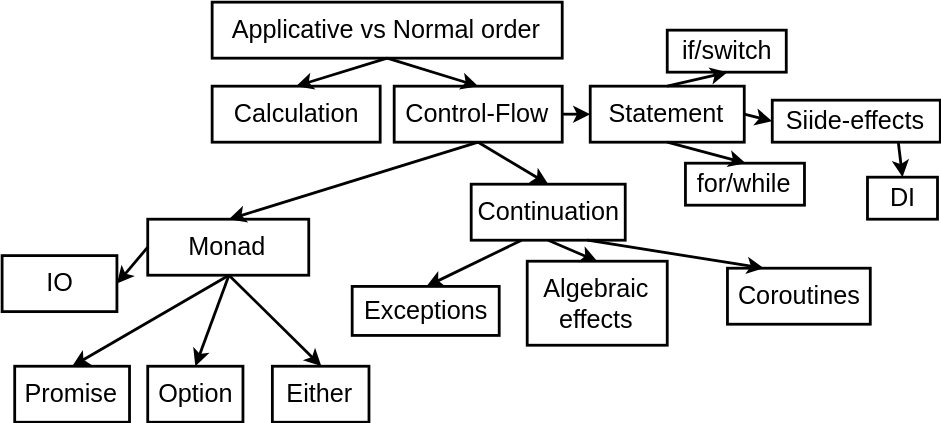
typeetfunc/drafts keeps this draw.io diagram as effects/img/origins.svg. Above is the earlier version. Source tidied: cells renumbered, new cells last; positions are measured from the earlier drawing's top-left corner, leaving out a move shared by most shapes. Source of this version:
```xml
<mxGraphModel background="#ffffff">
  <root>
    <mxCell id="0" />
    <mxCell id="1" parent="0" />
    <mxCell id="2" value="Applicative vs Normal order" style="rounded=0;whiteSpace=wrap;html=1;strokeWidth=2;fillColor=none;fontSize=18;fontColor=#000000;" parent="1" vertex="1">
      <mxGeometry x="150" width="250" height="40" as="geometry" />
    </mxCell>
    <mxCell id="3" value="Calculation" style="rounded=0;whiteSpace=wrap;html=1;strokeWidth=2;fillColor=none;fontSize=18;fontColor=#000000;" parent="1" vertex="1">
      <mxGeometry x="150" y="60" width="120" height="40" as="geometry" />
    </mxCell>
    <mxCell id="4" value="Control-Flow" style="rounded=0;whiteSpace=wrap;html=1;strokeWidth=2;fillColor=none;fontSize=18;fontColor=#000000;" parent="1" vertex="1">
      <mxGeometry x="280" y="60" width="120" height="40" as="geometry" />
    </mxCell>
    <mxCell id="5" value="Monad" style="rounded=0;whiteSpace=wrap;html=1;strokeWidth=2;fillColor=none;fontSize=18;fontColor=#000000;" parent="1" vertex="1">
      <mxGeometry x="104" y="155" width="115" height="40" as="geometry" />
    </mxCell>
    <mxCell id="6" value="Statement" style="rounded=0;whiteSpace=wrap;html=1;strokeWidth=2;fillColor=none;fontSize=18;fontColor=#000000;" parent="1" vertex="1">
      <mxGeometry x="420" y="60" width="110" height="40" as="geometry" />
    </mxCell>
    <mxCell id="7" value="&lt;div&gt;&lt;span&gt;Continuation&lt;/span&gt;&lt;/div&gt;" style="rounded=0;whiteSpace=wrap;html=1;strokeWidth=2;fillColor=none;fontSize=18;fontColor=#000000;" parent="1" vertex="1">
      <mxGeometry x="335" y="130" width="110" height="40" as="geometry" />
    </mxCell>
    <mxCell id="8" style="endArrow=classic;html=1;strokeColor=#000000;strokeWidth=2;fontSize=18;fontColor=#000000;entryX=0;entryY=0.5;exitX=1;exitY=0.5;" parent="1" edge="1" source="4" target="6">
      <mxGeometry relative="1" as="geometry" />
    </mxCell>
    <mxCell id="9" style="endArrow=classic;html=1;strokeColor=#000000;strokeWidth=2;fontSize=18;fontColor=#000000;entryX=0.5;entryY=0;exitX=0.5;exitY=1;" parent="1" edge="1" source="4" target="7">
      <mxGeometry relative="1" as="geometry" />
    </mxCell>
    <mxCell id="10" style="endArrow=classic;html=1;strokeColor=#000000;strokeWidth=2;fontSize=18;fontColor=#000000;entryX=0.5;entryY=0;exitX=0.5;exitY=1;" parent="1" edge="1" source="4" target="5">
      <mxGeometry relative="1" as="geometry" />
    </mxCell>
    <mxCell id="11" value="Promise" style="rounded=0;whiteSpace=wrap;html=1;strokeWidth=2;fillColor=none;fontSize=18;fontColor=#000000;" parent="1" vertex="1">
      <mxGeometry x="9" y="260" width="82" height="40" as="geometry" />
    </mxCell>
    <mxCell id="12" value="Option" style="rounded=0;whiteSpace=wrap;html=1;strokeWidth=2;fillColor=none;fontSize=18;fontColor=#000000;" parent="1" vertex="1">
      <mxGeometry x="104" y="260" width="68" height="40" as="geometry" />
    </mxCell>
    <mxCell id="13" value="Either" style="rounded=0;whiteSpace=wrap;html=1;strokeWidth=2;fillColor=none;fontSize=18;fontColor=#000000;" parent="1" vertex="1">
      <mxGeometry x="193" y="260" width="69" height="40" as="geometry" />
    </mxCell>
    <mxCell id="14" value="IO" style="rounded=0;whiteSpace=wrap;html=1;strokeWidth=2;fillColor=none;fontSize=18;fontColor=#000000;" parent="1" vertex="1">
      <mxGeometry y="181" width="82" height="40" as="geometry" />
    </mxCell>
    <mxCell id="15" value="if/switch" style="rounded=0;whiteSpace=wrap;html=1;strokeWidth=2;fillColor=none;fontSize=18;fontColor=#000000;" parent="1" vertex="1">
      <mxGeometry x="475" y="20" width="85" height="30" as="geometry" />
    </mxCell>
    <mxCell id="16" value="for/while" style="rounded=0;whiteSpace=wrap;html=1;strokeWidth=2;fillColor=none;fontSize=18;fontColor=#000000;" parent="1" vertex="1">
      <mxGeometry x="488" y="115" width="85" height="30" as="geometry" />
    </mxCell>
    <mxCell id="17" value="Siide-effects" style="rounded=0;whiteSpace=wrap;html=1;strokeWidth=2;fillColor=none;fontSize=18;fontColor=#000000;" parent="1" vertex="1">
      <mxGeometry x="550" y="70" width="120" height="30" as="geometry" />
    </mxCell>
    <mxCell id="18" value="DI" style="rounded=0;whiteSpace=wrap;html=1;strokeWidth=2;fillColor=none;fontSize=18;fontColor=#000000;" parent="1" vertex="1">
      <mxGeometry x="618" y="125" width="50" height="30" as="geometry" />
    </mxCell>
    <mxCell id="19" value="Exceptions" style="rounded=0;whiteSpace=wrap;html=1;strokeWidth=2;fillColor=none;fontSize=18;fontColor=#000000;" parent="1" vertex="1">
      <mxGeometry x="250" y="203" width="105" height="35" as="geometry" />
    </mxCell>
    <mxCell id="20" value="Algebraic effects" style="rounded=0;whiteSpace=wrap;html=1;strokeWidth=2;fillColor=none;fontSize=18;fontColor=#000000;" parent="1" vertex="1">
      <mxGeometry x="375" y="185" width="100" height="60" as="geometry" />
    </mxCell>
    <mxCell id="21" value="Coroutines" style="rounded=0;whiteSpace=wrap;html=1;strokeWidth=2;fillColor=none;fontSize=18;fontColor=#000000;" parent="1" vertex="1">
      <mxGeometry x="518" y="190" width="102" height="40" as="geometry" />
    </mxCell>
    <mxCell id="22" style="endArrow=classic;html=1;strokeColor=#000000;strokeWidth=2;fontSize=18;fontColor=#000000;exitX=0.5;exitY=1;entryX=0.5;entryY=0;" parent="1" edge="1" source="6" target="16">
      <mxGeometry relative="1" as="geometry" />
    </mxCell>
    <mxCell id="23" style="endArrow=classic;html=1;strokeColor=#000000;strokeWidth=2;fontSize=18;fontColor=#000000;exitX=1;exitY=0.5;entryX=0;entryY=0.5;" parent="1" edge="1" source="6" target="17">
      <mxGeometry relative="1" as="geometry" />
    </mxCell>
    <mxCell id="24" style="endArrow=classic;html=1;strokeColor=#000000;strokeWidth=2;fontSize=18;fontColor=#000000;exitX=0.5;exitY=0;entryX=0.5;entryY=1;" parent="1" edge="1" source="6" target="15">
      <mxGeometry relative="1" as="geometry" />
    </mxCell>
    <mxCell id="25" style="endArrow=classic;html=1;strokeColor=#000000;strokeWidth=2;fontSize=18;fontColor=#000000;exitX=0.75;exitY=1;entryX=0.5;entryY=0;" parent="1" edge="1" source="17" target="18">
      <mxGeometry relative="1" as="geometry" />
    </mxCell>
    <mxCell id="26" style="endArrow=classic;html=1;strokeColor=#000000;strokeWidth=2;fontSize=18;fontColor=#000000;exitX=0.75;exitY=1;entryX=0.5;entryY=0;" parent="1" edge="1" source="7">
      <mxGeometry relative="1" as="geometry">
        <mxPoint x="544" y="190" as="targetPoint" />
      </mxGeometry>
    </mxCell>
    <mxCell id="27" style="endArrow=classic;html=1;strokeColor=#000000;strokeWidth=2;fontSize=18;fontColor=#000000;exitX=0.5;exitY=1;entryX=0.5;entryY=0;" parent="1" edge="1" source="7" target="20">
      <mxGeometry relative="1" as="geometry" />
    </mxCell>
    <mxCell id="28" style="endArrow=classic;html=1;strokeColor=#000000;strokeWidth=2;fontSize=18;fontColor=#000000;exitX=0.327;exitY=1;entryX=0.5;entryY=0;exitPerimeter=0;" parent="1" edge="1" source="7" target="19">
      <mxGeometry relative="1" as="geometry" />
    </mxCell>
    <mxCell id="29" style="endArrow=classic;html=1;strokeColor=#000000;strokeWidth=2;fontSize=18;fontColor=#000000;exitX=0.5;exitY=1;entryX=0.5;entryY=0;" parent="1" edge="1" source="5" target="13">
      <mxGeometry relative="1" as="geometry" />
    </mxCell>
    <mxCell id="30" style="endArrow=classic;html=1;strokeColor=#000000;strokeWidth=2;fontSize=18;fontColor=#000000;exitX=0.5;exitY=1;entryX=0.5;entryY=0;" parent="1" edge="1" source="5" target="12">
      <mxGeometry relative="1" as="geometry" />
    </mxCell>
    <mxCell id="31" style="endArrow=classic;html=1;strokeColor=#000000;strokeWidth=2;fontSize=18;fontColor=#000000;exitX=0.5;exitY=1;entryX=0.5;entryY=0;" parent="1" edge="1" source="5" target="11">
      <mxGeometry relative="1" as="geometry" />
    </mxCell>
    <mxCell id="32" style="endArrow=classic;html=1;strokeColor=#000000;strokeWidth=2;fontSize=18;fontColor=#000000;exitX=0;exitY=0.5;entryX=1;entryY=0.5;" parent="1" edge="1" source="5" target="14">
      <mxGeometry relative="1" as="geometry" />
    </mxCell>
    <mxCell id="33" style="endArrow=classic;html=1;strokeColor=#000000;strokeWidth=2;fontSize=18;fontColor=#000000;exitX=0.5;exitY=1;entryX=0.5;entryY=0;" parent="1" edge="1" source="2" target="3">
      <mxGeometry relative="1" as="geometry" />
    </mxCell>
    <mxCell id="34" style="endArrow=classic;html=1;strokeColor=#000000;strokeWidth=2;fontSize=18;fontColor=#000000;exitX=0.5;exitY=1;entryX=0.5;entryY=0;" parent="1" edge="1" source="2" target="4">
      <mxGeometry relative="1" as="geometry" />
    </mxCell>
  </root>
</mxGraphModel>
```
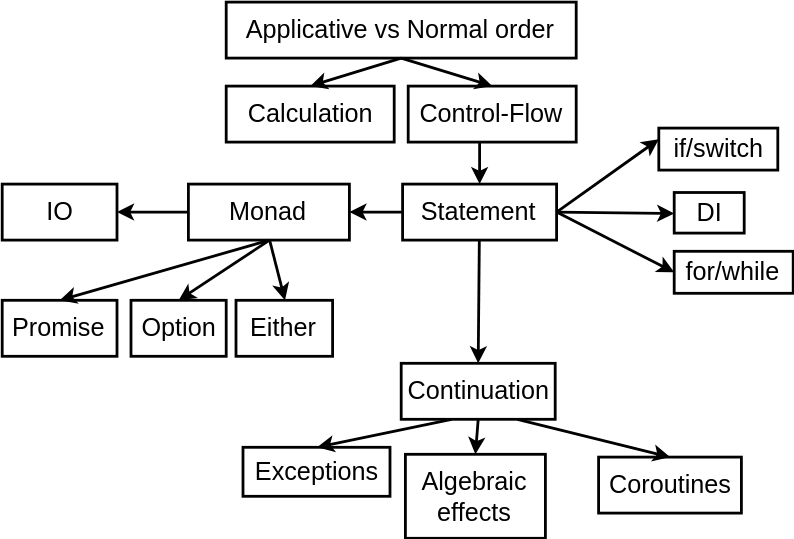
Above is the later version.

Change to the diagram source:
```diff
@@ -12,72 +12,66 @@
       <mxGeometry x="280" y="60" width="120" height="40" as="geometry" />
     </mxCell>
     <mxCell id="5" value="Monad" style="rounded=0;whiteSpace=wrap;html=1;strokeWidth=2;fillColor=none;fontSize=18;fontColor=#000000;" parent="1" vertex="1">
-      <mxGeometry x="104" y="155" width="115" height="40" as="geometry" />
+      <mxGeometry x="123" y="130" width="115" height="40" as="geometry" />
     </mxCell>
     <mxCell id="6" value="Statement" style="rounded=0;whiteSpace=wrap;html=1;strokeWidth=2;fillColor=none;fontSize=18;fontColor=#000000;" parent="1" vertex="1">
-      <mxGeometry x="420" y="60" width="110" height="40" as="geometry" />
+      <mxGeometry x="276" y="130" width="110" height="40" as="geometry" />
     </mxCell>
     <mxCell id="7" value="&lt;div&gt;&lt;span&gt;Continuation&lt;/span&gt;&lt;/div&gt;" style="rounded=0;whiteSpace=wrap;html=1;strokeWidth=2;fillColor=none;fontSize=18;fontColor=#000000;" parent="1" vertex="1">
-      <mxGeometry x="335" y="130" width="110" height="40" as="geometry" />
+      <mxGeometry x="275" y="258" width="110" height="40" as="geometry" />
     </mxCell>
-    <mxCell id="8" style="endArrow=classic;html=1;strokeColor=#000000;strokeWidth=2;fontSize=18;fontColor=#000000;entryX=0;entryY=0.5;exitX=1;exitY=0.5;" parent="1" edge="1" source="4" target="6">
-      <mxGeometry relative="1" as="geometry" />
+    <mxCell id="8" style="endArrow=classic;html=1;strokeColor=#000000;strokeWidth=2;fontSize=18;fontColor=#000000;entryX=0.5;entryY=0;" parent="1" edge="1" target="6">
+      <mxGeometry relative="1" as="geometry">
+        <mxPoint x="331" y="100" as="sourcePoint" />
+      </mxGeometry>
     </mxCell>
-    <mxCell id="9" style="endArrow=classic;html=1;strokeColor=#000000;strokeWidth=2;fontSize=18;fontColor=#000000;entryX=0.5;entryY=0;exitX=0.5;exitY=1;" parent="1" edge="1" source="4" target="7">
+    <mxCell id="9" style="endArrow=classic;html=1;strokeColor=#000000;strokeWidth=2;fontSize=18;fontColor=#000000;entryX=0.5;entryY=0;" parent="1" edge="1" source="6" target="7">
       <mxGeometry relative="1" as="geometry" />
     </mxCell>
-    <mxCell id="10" style="endArrow=classic;html=1;strokeColor=#000000;strokeWidth=2;fontSize=18;fontColor=#000000;entryX=0.5;entryY=0;exitX=0.5;exitY=1;" parent="1" edge="1" source="4" target="5">
+    <mxCell id="10" style="endArrow=classic;html=1;strokeColor=#000000;strokeWidth=2;fontSize=18;fontColor=#000000;entryX=1;entryY=0.5;exitX=0;exitY=0.5;" parent="1" edge="1" source="6" target="5">
       <mxGeometry relative="1" as="geometry" />
     </mxCell>
     <mxCell id="11" value="Promise" style="rounded=0;whiteSpace=wrap;html=1;strokeWidth=2;fillColor=none;fontSize=18;fontColor=#000000;" parent="1" vertex="1">
-      <mxGeometry x="9" y="260" width="82" height="40" as="geometry" />
+      <mxGeometry x="-10" y="213" width="82" height="40" as="geometry" />
     </mxCell>
     <mxCell id="12" value="Option" style="rounded=0;whiteSpace=wrap;html=1;strokeWidth=2;fillColor=none;fontSize=18;fontColor=#000000;" parent="1" vertex="1">
-      <mxGeometry x="104" y="260" width="68" height="40" as="geometry" />
+      <mxGeometry x="82" y="213" width="68" height="40" as="geometry" />
     </mxCell>
     <mxCell id="13" value="Either" style="rounded=0;whiteSpace=wrap;html=1;strokeWidth=2;fillColor=none;fontSize=18;fontColor=#000000;" parent="1" vertex="1">
-      <mxGeometry x="193" y="260" width="69" height="40" as="geometry" />
+      <mxGeometry x="157" y="213" width="69" height="40" as="geometry" />
     </mxCell>
     <mxCell id="14" value="IO" style="rounded=0;whiteSpace=wrap;html=1;strokeWidth=2;fillColor=none;fontSize=18;fontColor=#000000;" parent="1" vertex="1">
-      <mxGeometry y="181" width="82" height="40" as="geometry" />
+      <mxGeometry x="-10" y="130" width="82" height="40" as="geometry" />
     </mxCell>
     <mxCell id="15" value="if/switch" style="rounded=0;whiteSpace=wrap;html=1;strokeWidth=2;fillColor=none;fontSize=18;fontColor=#000000;" parent="1" vertex="1">
-      <mxGeometry x="475" y="20" width="85" height="30" as="geometry" />
+      <mxGeometry x="459" y="90" width="85" height="30" as="geometry" />
     </mxCell>
     <mxCell id="16" value="for/while" style="rounded=0;whiteSpace=wrap;html=1;strokeWidth=2;fillColor=none;fontSize=18;fontColor=#000000;" parent="1" vertex="1">
-      <mxGeometry x="488" y="115" width="85" height="30" as="geometry" />
+      <mxGeometry x="470" y="178" width="85" height="30" as="geometry" />
     </mxCell>
-    <mxCell id="17" value="Siide-effects" style="rounded=0;whiteSpace=wrap;html=1;strokeWidth=2;fillColor=none;fontSize=18;fontColor=#000000;" parent="1" vertex="1">
-      <mxGeometry x="550" y="70" width="120" height="30" as="geometry" />
-    </mxCell>
     <mxCell id="18" value="DI" style="rounded=0;whiteSpace=wrap;html=1;strokeWidth=2;fillColor=none;fontSize=18;fontColor=#000000;" parent="1" vertex="1">
-      <mxGeometry x="618" y="125" width="50" height="30" as="geometry" />
+      <mxGeometry x="470" y="136" width="50" height="29" as="geometry" />
     </mxCell>
     <mxCell id="19" value="Exceptions" style="rounded=0;whiteSpace=wrap;html=1;strokeWidth=2;fillColor=none;fontSize=18;fontColor=#000000;" parent="1" vertex="1">
-      <mxGeometry x="250" y="203" width="105" height="35" as="geometry" />
+      <mxGeometry x="162" y="318" width="105" height="35" as="geometry" />
     </mxCell>
     <mxCell id="20" value="Algebraic effects" style="rounded=0;whiteSpace=wrap;html=1;strokeWidth=2;fillColor=none;fontSize=18;fontColor=#000000;" parent="1" vertex="1">
-      <mxGeometry x="375" y="185" width="100" height="60" as="geometry" />
+      <mxGeometry x="278" y="323" width="100" height="60" as="geometry" />
     </mxCell>
     <mxCell id="21" value="Coroutines" style="rounded=0;whiteSpace=wrap;html=1;strokeWidth=2;fillColor=none;fontSize=18;fontColor=#000000;" parent="1" vertex="1">
-      <mxGeometry x="518" y="190" width="102" height="40" as="geometry" />
+      <mxGeometry x="416" y="325" width="102" height="40" as="geometry" />
     </mxCell>
-    <mxCell id="22" style="endArrow=classic;html=1;strokeColor=#000000;strokeWidth=2;fontSize=18;fontColor=#000000;exitX=0.5;exitY=1;entryX=0.5;entryY=0;" parent="1" edge="1" source="6" target="16">
+    <mxCell id="22" style="endArrow=classic;html=1;strokeColor=#000000;strokeWidth=2;fontSize=18;fontColor=#000000;exitX=1;exitY=0.5;entryX=0;entryY=0.5;" parent="1" edge="1" source="6" target="16">
       <mxGeometry relative="1" as="geometry" />
     </mxCell>
-    <mxCell id="23" style="endArrow=classic;html=1;strokeColor=#000000;strokeWidth=2;fontSize=18;fontColor=#000000;exitX=1;exitY=0.5;entryX=0;entryY=0.5;" parent="1" edge="1" source="6" target="17">
+    <mxCell id="23" style="endArrow=classic;html=1;strokeColor=#000000;strokeWidth=2;fontSize=18;fontColor=#000000;exitX=1;exitY=0.5;entryX=0;entryY=0.5;" parent="1" edge="1" source="6" target="18">
       <mxGeometry relative="1" as="geometry" />
     </mxCell>
-    <mxCell id="24" style="endArrow=classic;html=1;strokeColor=#000000;strokeWidth=2;fontSize=18;fontColor=#000000;exitX=0.5;exitY=0;entryX=0.5;entryY=1;" parent="1" edge="1" source="6" target="15">
+    <mxCell id="24" style="endArrow=classic;html=1;strokeColor=#000000;strokeWidth=2;fontSize=18;fontColor=#000000;entryX=0;entryY=0.25;exitX=1;exitY=0.5;" parent="1" edge="1" source="6" target="15">
       <mxGeometry relative="1" as="geometry" />
     </mxCell>
-    <mxCell id="25" style="endArrow=classic;html=1;strokeColor=#000000;strokeWidth=2;fontSize=18;fontColor=#000000;exitX=0.75;exitY=1;entryX=0.5;entryY=0;" parent="1" edge="1" source="17" target="18">
-      <mxGeometry relative="1" as="geometry" />
-    </mxCell>
-    <mxCell id="26" style="endArrow=classic;html=1;strokeColor=#000000;strokeWidth=2;fontSize=18;fontColor=#000000;exitX=0.75;exitY=1;entryX=0.5;entryY=0;" parent="1" edge="1" source="7">
-      <mxGeometry relative="1" as="geometry">
-        <mxPoint x="544" y="190" as="targetPoint" />
-      </mxGeometry>
+    <mxCell id="26" style="endArrow=classic;html=1;strokeColor=#000000;strokeWidth=2;fontSize=18;fontColor=#000000;exitX=0.75;exitY=1;entryX=0.5;entryY=0;" parent="1" edge="1" source="7" target="21">
+      <mxGeometry relative="1" as="geometry" />
     </mxCell>
     <mxCell id="27" style="endArrow=classic;html=1;strokeColor=#000000;strokeWidth=2;fontSize=18;fontColor=#000000;exitX=0.5;exitY=1;entryX=0.5;entryY=0;" parent="1" edge="1" source="7" target="20">
       <mxGeometry relative="1" as="geometry" />
```
